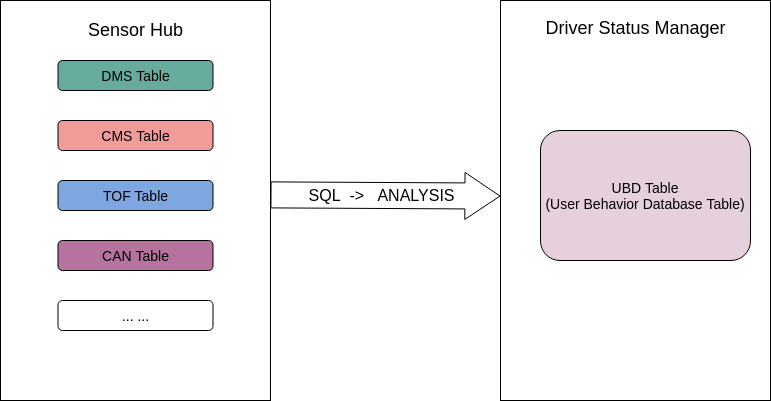
Before: FlowCharts/DriverStatusManager_软件模块.png, a diagram exported from draw.io (rangerzhou/ImageHosting). Source tidied: cells renumbered, new cells last; positions are measured from the earlier drawing's top-left corner, leaving out a move shared by most shapes.
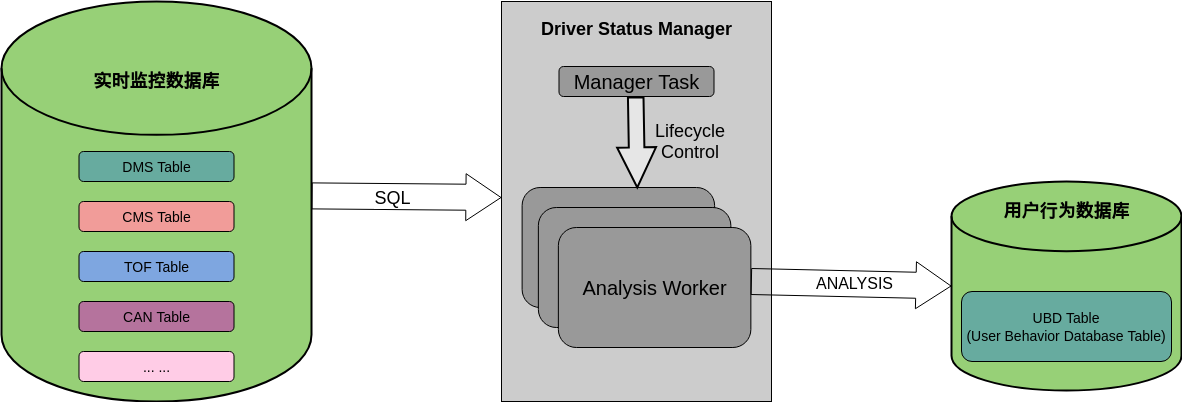
The same diagram one commit later.

Commit message:
已添加 DriverStatusManager_软件模块.png

The edit, as a diff of the source:
```diff
@@ -2,46 +2,80 @@
   <root>
     <mxCell id="0" />
     <mxCell id="1" parent="0" />
-    <mxCell id="2" style="rounded=0;whiteSpace=wrap;html=1;" parent="1" vertex="1">
-      <mxGeometry width="270" height="400" as="geometry" />
-    </mxCell>
+    <mxCell id="14" style="strokeWidth=2;html=1;shape=mxgraph.flowchart.database;whiteSpace=wrap;gradientColor=none;fillColor=#97D077;" parent="1" vertex="1">
+      <mxGeometry x="-40" width="310" height="400" as="geometry" />
+    </mxCell>
-    <mxCell id="3" value="&lt;font style=&quot;font-size: 18px&quot;&gt;Sensor Hub&lt;/font&gt;" style="text;html=1;strokeColor=none;fillColor=none;align=center;verticalAlign=middle;whiteSpace=wrap;rounded=0;" parent="1" vertex="1">
-      <mxGeometry x="57.5" y="15" width="155" height="30" as="geometry" />
+    <mxCell id="3" value="&lt;font style=&quot;font-size: 18px&quot;&gt;&lt;b&gt;实时监控数据库&lt;/b&gt;&lt;/font&gt;" style="text;html=1;strokeColor=none;fillColor=none;align=center;verticalAlign=middle;whiteSpace=wrap;rounded=0;" parent="1" vertex="1">
+      <mxGeometry x="28.8" y="60" width="172.5" height="40" as="geometry" />
     </mxCell>
-    <mxCell id="4" style="rounded=0;whiteSpace=wrap;html=1;" parent="1" vertex="1">
-      <mxGeometry x="500" width="270" height="400" as="geometry" />
+    <mxCell id="4" style="rounded=0;whiteSpace=wrap;html=1;fillColor=#CCCCCC;" parent="1" vertex="1">
+      <mxGeometry x="460" width="270" height="400" as="geometry" />
     </mxCell>
-    <mxCell id="5" value="&lt;font style=&quot;font-size: 18px&quot;&gt;Driver Status Manager&lt;/font&gt;" style="text;html=1;strokeColor=none;fillColor=none;align=center;verticalAlign=middle;whiteSpace=wrap;rounded=0;" parent="1" vertex="1">
-      <mxGeometry x="533.8" y="15" width="202.5" height="25" as="geometry" />
+    <mxCell id="5" value="&lt;font style=&quot;font-size: 18px&quot;&gt;&lt;b&gt;Driver Status Manager&lt;/b&gt;&lt;/font&gt;" style="text;html=1;strokeColor=none;fillColor=none;align=center;verticalAlign=middle;whiteSpace=wrap;rounded=0;" parent="1" vertex="1">
+      <mxGeometry x="493.8" y="15" width="202.5" height="25" as="geometry" />
     </mxCell>
     <mxCell id="6" value="&lt;font style=&quot;font-size: 14px&quot;&gt;DMS Table&lt;/font&gt;" style="rounded=1;whiteSpace=wrap;html=1;fillColor=#67AB9F;" parent="1" vertex="1">
-      <mxGeometry x="57.5" y="60" width="155" height="30" as="geometry" />
+      <mxGeometry x="37.5" y="150" width="155" height="30" as="geometry" />
     </mxCell>
     <mxCell id="7" value="&lt;font style=&quot;font-size: 14px&quot;&gt;CMS Table&lt;/font&gt;" style="rounded=1;whiteSpace=wrap;html=1;fillColor=#F19C99;" parent="1" vertex="1">
-      <mxGeometry x="57.5" y="120" width="155" height="30" as="geometry" />
+      <mxGeometry x="37.5" y="200" width="155" height="30" as="geometry" />
     </mxCell>
     <mxCell id="8" value="&lt;font style=&quot;font-size: 14px&quot;&gt;TOF Table&lt;/font&gt;" style="rounded=1;whiteSpace=wrap;html=1;fillColor=#7EA6E0;" parent="1" vertex="1">
-      <mxGeometry x="57.5" y="180" width="155" height="30" as="geometry" />
+      <mxGeometry x="37.5" y="250" width="155" height="30" as="geometry" />
     </mxCell>
     <mxCell id="9" value="&lt;font style=&quot;font-size: 14px&quot;&gt;CAN Table&lt;/font&gt;" style="rounded=1;whiteSpace=wrap;html=1;fillColor=#B5739D;" parent="1" vertex="1">
-      <mxGeometry x="57.5" y="240" width="155" height="30" as="geometry" />
+      <mxGeometry x="37.5" y="300" width="155" height="30" as="geometry" />
     </mxCell>
-    <mxCell id="10" value="&lt;font style=&quot;font-size: 14px&quot;&gt;... ...&lt;/font&gt;" style="rounded=1;whiteSpace=wrap;html=1;" parent="1" vertex="1">
-      <mxGeometry x="57.5" y="300" width="155" height="30" as="geometry" />
+    <mxCell id="10" value="&lt;font style=&quot;font-size: 14px&quot;&gt;... ...&lt;/font&gt;" style="rounded=1;whiteSpace=wrap;html=1;fillColor=#FFCCE6;" parent="1" vertex="1">
+      <mxGeometry x="37.5" y="350" width="155" height="30" as="geometry" />
     </mxCell>
-    <mxCell id="11" style="shape=flexArrow;endArrow=classic;html=1;entryX=0;entryY=0.553;entryDx=0;entryDy=0;entryPerimeter=0;width=26;endSize=11.36;" parent="1" edge="1">
+    <mxCell id="11" style="shape=flexArrow;endArrow=classic;html=1;width=26;endSize=11.36;" parent="1" edge="1">
       <mxGeometry relative="1" as="geometry">
         <mxPoint x="270" y="194.4" as="sourcePoint" />
-        <mxPoint x="500" y="195.6" as="targetPoint" />
+        <mxPoint x="460" y="196" as="targetPoint" />
       </mxGeometry>
     </mxCell>
-    <mxCell id="12" value="&lt;font size=&quot;3&quot;&gt;SQL&amp;nbsp; -&amp;gt;&amp;nbsp; &amp;nbsp;ANALYSIS&lt;/font&gt;" style="edgeLabel;html=1;align=center;verticalAlign=middle;" parent="11" vertex="1">
-      <mxGeometry x="-0.5" y="3" relative="1" as="geometry">
-        <mxPoint x="53" y="3.3" as="offset" />
-      </mxGeometry>
-    </mxCell>
+    <mxCell id="15" value="&lt;font style=&quot;font-size: 18px&quot;&gt;SQL&lt;/font&gt;" style="edgeLabel;html=1;align=center;verticalAlign=middle;" parent="11" vertex="1">
+      <mxGeometry x="-0.15" y="-3" relative="1" as="geometry">
+        <mxPoint y="-2.1" as="offset" />
+      </mxGeometry>
+    </mxCell>
+    <mxCell id="16" value="&lt;font style=&quot;font-size: 20px&quot;&gt;Manager Task&lt;/font&gt;" style="rounded=1;whiteSpace=wrap;html=1;fillColor=#999999;" parent="1" vertex="1">
+      <mxGeometry x="517.5" y="65" width="155" height="30" as="geometry" />
+    </mxCell>
+    <mxCell id="17" style="rounded=1;whiteSpace=wrap;html=1;fillColor=#999999;fontSize=20;" parent="1" vertex="1">
+      <mxGeometry x="480.6" y="186" width="192.5" height="120" as="geometry" />
+    </mxCell>
+    <mxCell id="18" style="rounded=1;whiteSpace=wrap;html=1;fillColor=#999999;fontSize=20;" parent="1" vertex="1">
+      <mxGeometry x="496.9" y="206" width="192.5" height="120" as="geometry" />
+    </mxCell>
+    <mxCell id="19" value="&lt;font style=&quot;font-size: 20px&quot;&gt;Analysis Worker&lt;/font&gt;" style="rounded=1;whiteSpace=wrap;html=1;fillColor=#999999;fontSize=20;" parent="1" vertex="1">
+      <mxGeometry x="516.9" y="226" width="192.5" height="120" as="geometry" />
+    </mxCell>
+    <mxCell id="20" style="verticalLabelPosition=bottom;verticalAlign=top;html=1;strokeWidth=2;shape=mxgraph.arrows2.arrow;dy=0.6;dx=40;notch=0;rounded=1;fillColor=#E6E6E6;gradientColor=none;rotation=89;" parent="1" vertex="1">
+      <mxGeometry x="550" y="121.4" width="90" height="38.9" as="geometry" />
+    </mxCell>
+    <mxCell id="21" value="&lt;font style=&quot;font-size: 18px&quot;&gt;Lifecycle Control&lt;/font&gt;" style="text;html=1;strokeColor=none;fillColor=none;align=center;verticalAlign=middle;whiteSpace=wrap;rounded=0;" parent="1" vertex="1">
+      <mxGeometry x="609.4" y="120.4" width="80" height="40" as="geometry" />
+    </mxCell>
+    <mxCell id="22" style="strokeWidth=2;html=1;shape=mxgraph.flowchart.database;whiteSpace=wrap;rounded=1;fillColor=#97D077;gradientColor=none;" parent="1" vertex="1">
+      <mxGeometry x="910" y="180" width="230" height="209.1" as="geometry" />
+    </mxCell>
+    <mxCell id="23" style="shape=flexArrow;endArrow=classic;html=1;width=26;endSize=11.36;entryX=0;entryY=0.5;entryDx=0;entryDy=0;entryPerimeter=0;" parent="1" edge="1" target="22">
+      <mxGeometry relative="1" as="geometry">
+        <mxPoint x="709.4" y="280" as="sourcePoint" />
+      </mxGeometry>
+    </mxCell>
+    <mxCell id="24" value="&lt;font size=&quot;3&quot;&gt;ANALYSIS&lt;/font&gt;" style="edgeLabel;html=1;align=center;verticalAlign=middle;" parent="23" vertex="1">
+      <mxGeometry x="-0.5" y="3" relative="1" as="geometry">
+        <mxPoint x="53" y="3.3" as="offset" />
+      </mxGeometry>
+    </mxCell>
+    <mxCell id="25" value="&lt;font style=&quot;font-size: 18px&quot;&gt;&lt;b&gt;用户行为数据库&lt;/b&gt;&lt;/font&gt;" style="text;html=1;strokeColor=none;fillColor=none;align=center;verticalAlign=middle;whiteSpace=wrap;rounded=0;" parent="1" vertex="1">
+      <mxGeometry x="938.8" y="190" width="172.5" height="40" as="geometry" />
+    </mxCell>
-    <mxCell id="13" value="&lt;font style=&quot;font-size: 14px&quot;&gt;UBD Table&lt;br&gt;(User Behavior Database Table)&lt;br&gt;&lt;/font&gt;" style="rounded=1;whiteSpace=wrap;html=1;fillColor=#E6D0DE;" parent="1" vertex="1">
-      <mxGeometry x="540" y="130" width="210" height="130" as="geometry" />
+    <mxCell id="13" value="&lt;span style=&quot;font-size: 14px&quot;&gt;UBD Table&lt;/span&gt;&lt;br style=&quot;font-size: 14px&quot;&gt;&lt;span style=&quot;font-size: 14px&quot;&gt;(User Behavior Database Table)&lt;/span&gt;" style="rounded=1;whiteSpace=wrap;html=1;fillColor=#67AB9F;" parent="1" vertex="1">
+      <mxGeometry x="920" y="290" width="210" height="70" as="geometry" />
     </mxCell>
   </root>
 </mxGraphModel>
```
